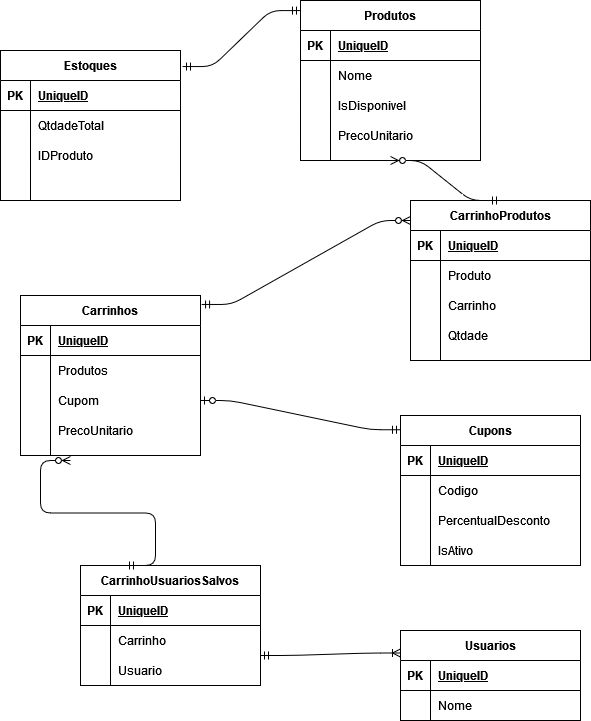
The draw.io diagram Diagrama visual.png in andersonr/Cart, before a commit. Source tidied: cells renumbered, new cells last; positions are measured from the earlier drawing's top-left corner, leaving out a move shared by most shapes.
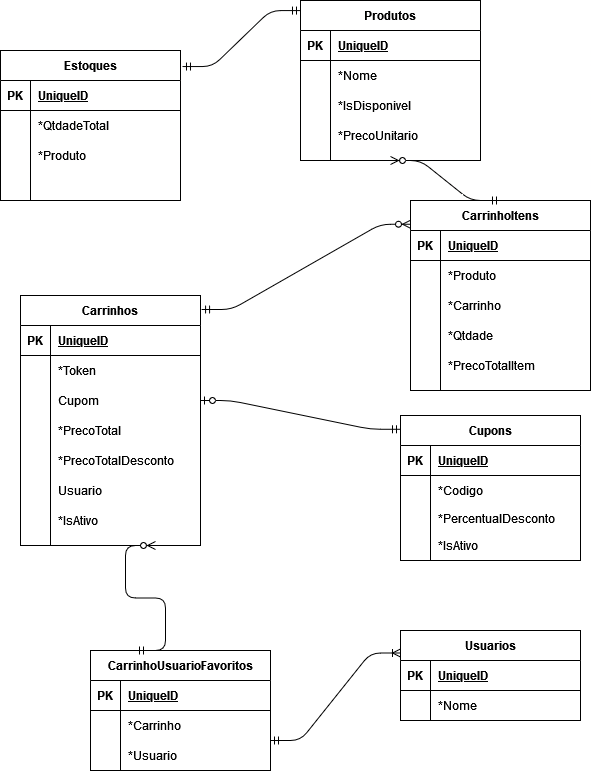
The same file after the commit.

Commit message:
doc: Atualizada a imagem que representa o MER da API

What changed in the source:
```diff
@@ -20,7 +20,7 @@
     <mxCell id="7" style="shape=partialRectangle;fillColor=none;top=0;left=0;bottom=0;right=0;overflow=hidden;" parent="6" vertex="1">
       <mxGeometry width="30" height="30" as="geometry" />
     </mxCell>
-    <mxCell id="8" value="Nome" style="shape=partialRectangle;fillColor=none;top=0;left=0;bottom=0;right=0;align=left;spacingLeft=6;overflow=hidden;" parent="6" vertex="1">
+    <mxCell id="8" value="*Nome" style="shape=partialRectangle;fillColor=none;top=0;left=0;bottom=0;right=0;align=left;spacingLeft=6;overflow=hidden;" parent="6" vertex="1">
       <mxGeometry x="30" width="150" height="30" as="geometry" />
     </mxCell>
     <mxCell id="9" style="shape=partialRectangle;fillColor=none;top=0;left=0;bottom=0;right=0;" parent="2" vertex="1">
@@ -29,7 +29,7 @@
     <mxCell id="10" style="shape=partialRectangle;fillColor=none;top=0;left=0;bottom=0;right=0;overflow=hidden;" parent="9" vertex="1">
       <mxGeometry width="30" height="30" as="geometry" />
     </mxCell>
-    <mxCell id="11" value="IsDisponivel" style="shape=partialRectangle;fillColor=none;top=0;left=0;bottom=0;right=0;align=left;spacingLeft=6;overflow=hidden;" parent="9" vertex="1">
+    <mxCell id="11" value="*IsDisponivel" style="shape=partialRectangle;fillColor=none;top=0;left=0;bottom=0;right=0;align=left;spacingLeft=6;overflow=hidden;" parent="9" vertex="1">
       <mxGeometry x="30" width="150" height="30" as="geometry" />
     </mxCell>
     <mxCell id="12" style="shape=partialRectangle;fillColor=none;top=0;left=0;bottom=0;right=0;" parent="2" vertex="1">
@@ -38,7 +38,7 @@
     <mxCell id="13" style="shape=partialRectangle;fillColor=none;top=0;left=0;bottom=0;right=0;overflow=hidden;" parent="12" vertex="1">
       <mxGeometry width="30" height="30" as="geometry" />
     </mxCell>
-    <mxCell id="14" value="PrecoUnitario" style="shape=partialRectangle;fillColor=none;top=0;left=0;bottom=0;right=0;align=left;spacingLeft=6;overflow=hidden;" parent="12" vertex="1">
+    <mxCell id="14" value="*PrecoUnitario" style="shape=partialRectangle;fillColor=none;top=0;left=0;bottom=0;right=0;align=left;spacingLeft=6;overflow=hidden;" parent="12" vertex="1">
       <mxGeometry x="30" width="150" height="30" as="geometry" />
     </mxCell>
     <mxCell id="15" value="Estoques" style="shape=table;startSize=30;rowLines=0;fontStyle=1;align=center;" parent="1" vertex="1">
@@ -59,7 +59,7 @@
     <mxCell id="20" style="shape=partialRectangle;fillColor=none;top=0;left=0;bottom=0;right=0;overflow=hidden;" parent="19" vertex="1">
       <mxGeometry width="30" height="30" as="geometry" />
     </mxCell>
-    <mxCell id="21" value="QtdadeTotal" style="shape=partialRectangle;fillColor=none;top=0;left=0;bottom=0;right=0;align=left;spacingLeft=6;overflow=hidden;" parent="19" vertex="1">
+    <mxCell id="21" value="*QtdadeTotal" style="shape=partialRectangle;fillColor=none;top=0;left=0;bottom=0;right=0;align=left;spacingLeft=6;overflow=hidden;" parent="19" vertex="1">
       <mxGeometry x="30" width="150" height="30" as="geometry" />
     </mxCell>
     <mxCell id="22" style="shape=partialRectangle;fillColor=none;top=0;left=0;bottom=0;right=0;" parent="15" vertex="1">
@@ -68,7 +68,7 @@
     <mxCell id="23" style="shape=partialRectangle;fillColor=none;top=0;left=0;bottom=0;right=0;overflow=hidden;" parent="22" vertex="1">
       <mxGeometry width="30" height="30" as="geometry" />
     </mxCell>
-    <mxCell id="24" value="IDProduto" style="shape=partialRectangle;fillColor=none;top=0;left=0;bottom=0;right=0;align=left;spacingLeft=6;overflow=hidden;" parent="22" vertex="1">
+    <mxCell id="24" value="*Produto" style="shape=partialRectangle;fillColor=none;top=0;left=0;bottom=0;right=0;align=left;spacingLeft=6;overflow=hidden;" parent="22" vertex="1">
       <mxGeometry x="30" width="150" height="30" as="geometry" />
     </mxCell>
     <mxCell id="25" style="shape=partialRectangle;fillColor=none;top=0;left=0;bottom=0;right=0;" parent="15" vertex="1">
@@ -81,7 +81,7 @@
       <mxGeometry x="30" width="150" height="30" as="geometry" />
     </mxCell>
     <mxCell id="28" value="Cupons" style="shape=table;startSize=30;rowLines=0;fontStyle=1;align=center;" parent="1" vertex="1">
-      <mxGeometry x="400" y="415" width="180" height="150" as="geometry" />
+      <mxGeometry x="400" y="415" width="180" height="145" as="geometry" />
     </mxCell>
     <mxCell id="29" style="shape=partialRectangle;fillColor=none;top=0;left=0;bottom=1;right=0;" parent="28" vertex="1">
       <mxGeometry y="30" width="180" height="30" as="geometry" />
@@ -98,29 +98,29 @@
     <mxCell id="33" style="shape=partialRectangle;fillColor=none;top=0;left=0;bottom=0;right=0;overflow=hidden;" parent="32" vertex="1">
       <mxGeometry width="30" height="30" as="geometry" />
     </mxCell>
-    <mxCell id="34" value="Codigo" style="shape=partialRectangle;fillColor=none;top=0;left=0;bottom=0;right=0;align=left;spacingLeft=6;overflow=hidden;" parent="32" vertex="1">
+    <mxCell id="34" value="*Codigo" style="shape=partialRectangle;fillColor=none;top=0;left=0;bottom=0;right=0;align=left;spacingLeft=6;overflow=hidden;" parent="32" vertex="1">
       <mxGeometry x="30" width="150" height="30" as="geometry" />
     </mxCell>
     <mxCell id="35" style="shape=partialRectangle;fillColor=none;top=0;left=0;bottom=0;right=0;" parent="28" vertex="1">
-      <mxGeometry y="90" width="180" height="30" as="geometry" />
+      <mxGeometry y="90" width="180" height="25" as="geometry" />
     </mxCell>
     <mxCell id="36" style="shape=partialRectangle;fillColor=none;top=0;left=0;bottom=0;right=0;overflow=hidden;" parent="35" vertex="1">
-      <mxGeometry width="30" height="30" as="geometry" />
+      <mxGeometry width="30" height="25" as="geometry" />
     </mxCell>
-    <mxCell id="37" value="PercentualDesconto" style="shape=partialRectangle;fillColor=none;top=0;left=0;bottom=0;right=0;align=left;spacingLeft=6;overflow=hidden;" parent="35" vertex="1">
-      <mxGeometry x="30" width="150" height="30" as="geometry" />
+    <mxCell id="37" value="*PercentualDesconto" style="shape=partialRectangle;fillColor=none;top=0;left=0;bottom=0;right=0;align=left;spacingLeft=6;overflow=hidden;" parent="35" vertex="1">
+      <mxGeometry x="30" width="150" height="25" as="geometry" />
     </mxCell>
     <mxCell id="38" style="shape=partialRectangle;fillColor=none;top=0;left=0;bottom=0;right=0;" parent="28" vertex="1">
-      <mxGeometry y="120" width="180" height="30" as="geometry" />
+      <mxGeometry y="115" width="180" height="30" as="geometry" />
     </mxCell>
     <mxCell id="39" style="shape=partialRectangle;fillColor=none;top=0;left=0;bottom=0;right=0;overflow=hidden;" parent="38" vertex="1">
       <mxGeometry width="30" height="30" as="geometry" />
     </mxCell>
-    <mxCell id="40" value="IsAtivo" style="shape=partialRectangle;fillColor=none;top=0;left=0;bottom=0;right=0;align=left;spacingLeft=6;overflow=hidden;" parent="38" vertex="1">
+    <mxCell id="40" value="*IsAtivo" style="shape=partialRectangle;fillColor=none;top=0;left=0;bottom=0;right=0;align=left;spacingLeft=6;overflow=hidden;" parent="38" vertex="1">
       <mxGeometry x="30" width="150" height="30" as="geometry" />
     </mxCell>
     <mxCell id="41" value="Carrinhos" style="shape=table;startSize=30;rowLines=0;fontStyle=1;align=center;" parent="1" vertex="1">
-      <mxGeometry x="20" y="295" width="180" height="160" as="geometry" />
+      <mxGeometry x="20" y="295" width="180" height="250" as="geometry" />
     </mxCell>
     <mxCell id="42" style="shape=partialRectangle;fillColor=none;top=0;left=0;bottom=1;right=0;" parent="41" vertex="1">
       <mxGeometry y="30" width="180" height="30" as="geometry" />
@@ -137,7 +137,7 @@
     <mxCell id="46" style="shape=partialRectangle;fillColor=none;top=0;left=0;bottom=0;right=0;overflow=hidden;" parent="45" vertex="1">
       <mxGeometry width="30" height="30" as="geometry" />
     </mxCell>
-    <mxCell id="47" value="Produtos" style="shape=partialRectangle;fillColor=none;top=0;left=0;bottom=0;right=0;align=left;spacingLeft=6;overflow=hidden;" parent="45" vertex="1">
+    <mxCell id="47" value="*Token" style="shape=partialRectangle;fillColor=none;top=0;left=0;bottom=0;right=0;align=left;spacingLeft=6;overflow=hidden;" parent="45" vertex="1">
       <mxGeometry x="30" width="150" height="30" as="geometry" />
     </mxCell>
     <mxCell id="48" style="shape=partialRectangle;fillColor=none;top=0;left=0;bottom=0;right=0;points=[[0,0.5],[1,0.5]];portConstraint=eastwest;" parent="41" vertex="1">
@@ -155,17 +155,44 @@
     <mxCell id="52" style="shape=partialRectangle;fillColor=none;top=0;left=0;bottom=0;right=0;overflow=hidden;" parent="51" vertex="1">
       <mxGeometry width="30" height="30" as="geometry" />
     </mxCell>
-    <mxCell id="53" value="PrecoUnitario" style="shape=partialRectangle;fillColor=none;top=0;left=0;bottom=0;right=0;align=left;spacingLeft=6;overflow=hidden;" parent="51" vertex="1">
+    <mxCell id="53" value="*PrecoTotal" style="shape=partialRectangle;fillColor=none;top=0;left=0;bottom=0;right=0;align=left;spacingLeft=6;overflow=hidden;" parent="51" vertex="1">
       <mxGeometry x="30" width="150" height="30" as="geometry" />
     </mxCell>
+    <mxCell id="90" style="shape=partialRectangle;fillColor=none;top=0;left=0;bottom=0;right=0;" parent="41" vertex="1">
+      <mxGeometry y="150" width="180" height="30" as="geometry" />
+    </mxCell>
+    <mxCell id="91" style="shape=partialRectangle;fillColor=none;top=0;left=0;bottom=0;right=0;overflow=hidden;" parent="90" vertex="1">
+      <mxGeometry width="30" height="30" as="geometry" />
+    </mxCell>
+    <mxCell id="92" value="*PrecoTotalDesconto" style="shape=partialRectangle;fillColor=none;top=0;left=0;bottom=0;right=0;align=left;spacingLeft=6;overflow=hidden;" parent="90" vertex="1">
+      <mxGeometry x="30" width="150" height="30" as="geometry" />
+    </mxCell>
+    <mxCell id="93" style="shape=partialRectangle;fillColor=none;top=0;left=0;bottom=0;right=0;" parent="41" vertex="1">
+      <mxGeometry y="180" width="180" height="30" as="geometry" />
+    </mxCell>
+    <mxCell id="94" style="shape=partialRectangle;fillColor=none;top=0;left=0;bottom=0;right=0;overflow=hidden;" parent="93" vertex="1">
+      <mxGeometry width="30" height="30" as="geometry" />
+    </mxCell>
+    <mxCell id="95" value="Usuario" style="shape=partialRectangle;fillColor=none;top=0;left=0;bottom=0;right=0;align=left;spacingLeft=6;overflow=hidden;" parent="93" vertex="1">
+      <mxGeometry x="30" width="150" height="30" as="geometry" />
+    </mxCell>
+    <mxCell id="96" style="shape=partialRectangle;fillColor=none;top=0;left=0;bottom=0;right=0;" parent="41" vertex="1">
+      <mxGeometry y="210" width="180" height="30" as="geometry" />
+    </mxCell>
+    <mxCell id="97" style="shape=partialRectangle;fillColor=none;top=0;left=0;bottom=0;right=0;overflow=hidden;" parent="96" vertex="1">
+      <mxGeometry width="30" height="30" as="geometry" />
+    </mxCell>
+    <mxCell id="98" value="*IsAtivo" style="shape=partialRectangle;fillColor=none;top=0;left=0;bottom=0;right=0;align=left;spacingLeft=6;overflow=hidden;" parent="96" vertex="1">
+      <mxGeometry x="30" width="150" height="30" as="geometry" />
+    </mxCell>
     <mxCell id="54" style="edgeStyle=entityRelationEdgeStyle;fontSize=12;html=1;endArrow=ERmandOne;startArrow=ERmandOne;exitX=1.011;exitY=0.107;exitDx=0;exitDy=0;exitPerimeter=0;entryX=0;entryY=0.063;entryDx=0;entryDy=0;entryPerimeter=0;" parent="1" edge="1" source="15" target="2">
       <mxGeometry relative="1" as="geometry" />
     </mxCell>
     <mxCell id="55" style="edgeStyle=entityRelationEdgeStyle;fontSize=12;html=1;endArrow=ERzeroToOne;startArrow=ERmandOne;exitX=0;exitY=0.095;exitDx=0;exitDy=0;exitPerimeter=0;entryX=1;entryY=0.5;entryDx=0;entryDy=0;" parent="1" edge="1" source="28" target="48">
       <mxGeometry relative="1" as="geometry" />
     </mxCell>
-    <mxCell id="56" value="CarrinhoProdutos" style="shape=table;startSize=30;rowLines=0;fontStyle=1;align=center;" parent="1" vertex="1">
-      <mxGeometry x="410" y="200" width="180" height="160" as="geometry" />
+    <mxCell id="56" value="CarrinhoItens" style="shape=table;startSize=30;rowLines=0;fontStyle=1;align=center;" parent="1" vertex="1">
+      <mxGeometry x="410" y="200" width="180" height="190" as="geometry" />
     </mxCell>
     <mxCell id="57" style="shape=partialRectangle;fillColor=none;top=0;left=0;bottom=1;right=0;" parent="56" vertex="1">
       <mxGeometry y="30" width="180" height="30" as="geometry" />
@@ -182,7 +209,7 @@
     <mxCell id="61" style="shape=partialRectangle;fillColor=none;top=0;left=0;bottom=0;right=0;overflow=hidden;" parent="60" vertex="1">
       <mxGeometry width="30" height="30" as="geometry" />
     </mxCell>
-    <mxCell id="62" value="Produto" style="shape=partialRectangle;fillColor=none;top=0;left=0;bottom=0;right=0;align=left;spacingLeft=6;overflow=hidden;" parent="60" vertex="1">
+    <mxCell id="62" value="*Produto" style="shape=partialRectangle;fillColor=none;top=0;left=0;bottom=0;right=0;align=left;spacingLeft=6;overflow=hidden;" parent="60" vertex="1">
       <mxGeometry x="30" width="150" height="30" as="geometry" />
     </mxCell>
     <mxCell id="63" style="shape=partialRectangle;fillColor=none;top=0;left=0;bottom=0;right=0;" parent="56" vertex="1">
@@ -191,7 +218,7 @@
     <mxCell id="64" style="shape=partialRectangle;fillColor=none;top=0;left=0;bottom=0;right=0;overflow=hidden;" parent="63" vertex="1">
       <mxGeometry width="30" height="30" as="geometry" />
     </mxCell>
-    <mxCell id="65" value="Carrinho" style="shape=partialRectangle;fillColor=none;top=0;left=0;bottom=0;right=0;align=left;spacingLeft=6;overflow=hidden;" parent="63" vertex="1">
+    <mxCell id="65" value="*Carrinho" style="shape=partialRectangle;fillColor=none;top=0;left=0;bottom=0;right=0;align=left;spacingLeft=6;overflow=hidden;" parent="63" vertex="1">
       <mxGeometry x="30" width="150" height="30" as="geometry" />
     </mxCell>
     <mxCell id="66" style="shape=partialRectangle;fillColor=none;top=0;left=0;bottom=0;right=0;" parent="56" vertex="1">
@@ -200,9 +227,18 @@
     <mxCell id="67" style="shape=partialRectangle;fillColor=none;top=0;left=0;bottom=0;right=0;overflow=hidden;" parent="66" vertex="1">
       <mxGeometry width="30" height="30" as="geometry" />
     </mxCell>
-    <mxCell id="68" value="Qtdade" style="shape=partialRectangle;fillColor=none;top=0;left=0;bottom=0;right=0;align=left;spacingLeft=6;overflow=hidden;" parent="66" vertex="1">
+    <mxCell id="68" value="*Qtdade" style="shape=partialRectangle;fillColor=none;top=0;left=0;bottom=0;right=0;align=left;spacingLeft=6;overflow=hidden;" parent="66" vertex="1">
       <mxGeometry x="30" width="150" height="30" as="geometry" />
     </mxCell>
+    <mxCell id="99" style="shape=partialRectangle;fillColor=none;top=0;left=0;bottom=0;right=0;" parent="56" vertex="1">
+      <mxGeometry y="150" width="180" height="30" as="geometry" />
+    </mxCell>
+    <mxCell id="100" style="shape=partialRectangle;fillColor=none;top=0;left=0;bottom=0;right=0;overflow=hidden;" parent="99" vertex="1">
+      <mxGeometry width="30" height="30" as="geometry" />
+    </mxCell>
+    <mxCell id="101" value="*PrecoTotalItem" style="shape=partialRectangle;fillColor=none;top=0;left=0;bottom=0;right=0;align=left;spacingLeft=6;overflow=hidden;" parent="99" vertex="1">
+      <mxGeometry x="30" width="150" height="30" as="geometry" />
+    </mxCell>
     <mxCell id="69" style="edgeStyle=entityRelationEdgeStyle;fontSize=12;html=1;endArrow=ERzeroToMany;startArrow=ERmandOne;exitX=0.5;exitY=0;exitDx=0;exitDy=0;entryX=0.5;entryY=1;entryDx=0;entryDy=0;" parent="1" edge="1" source="56" target="2">
       <mxGeometry relative="1" as="geometry" />
     </mxCell>
@@ -227,11 +263,11 @@
     <mxCell id="76" style="shape=partialRectangle;fillColor=none;top=0;left=0;bottom=0;right=0;overflow=hidden;" parent="75" vertex="1">
       <mxGeometry width="30" height="30" as="geometry" />
     </mxCell>
-    <mxCell id="77" value="Nome" style="shape=partialRectangle;fillColor=none;top=0;left=0;bottom=0;right=0;align=left;spacingLeft=6;overflow=hidden;" parent="75" vertex="1">
+    <mxCell id="77" value="*Nome" style="shape=partialRectangle;fillColor=none;top=0;left=0;bottom=0;right=0;align=left;spacingLeft=6;overflow=hidden;" parent="75" vertex="1">
       <mxGeometry x="30" width="150" height="30" as="geometry" />
     </mxCell>
-    <mxCell id="78" value="CarrinhoUsuariosSalvos" style="shape=table;startSize=30;rowLines=0;fontStyle=1;align=center;" parent="1" vertex="1">
-      <mxGeometry x="80" y="565" width="180" height="120" as="geometry" />
+    <mxCell id="78" value="CarrinhoUsuarioFavoritos" style="shape=table;startSize=30;rowLines=0;fontStyle=1;align=center;" parent="1" vertex="1">
+      <mxGeometry x="90" y="650" width="180" height="120" as="geometry" />
     </mxCell>
     <mxCell id="79" style="shape=partialRectangle;fillColor=none;top=0;left=0;bottom=1;right=0;" parent="78" vertex="1">
       <mxGeometry y="30" width="180" height="30" as="geometry" />
@@ -248,7 +284,7 @@
     <mxCell id="83" style="shape=partialRectangle;fillColor=none;top=0;left=0;bottom=0;right=0;overflow=hidden;" parent="82" vertex="1">
       <mxGeometry width="30" height="30" as="geometry" />
     </mxCell>
-    <mxCell id="84" value="Carrinho" style="shape=partialRectangle;fillColor=none;top=0;left=0;bottom=0;right=0;align=left;spacingLeft=6;overflow=hidden;" parent="82" vertex="1">
+    <mxCell id="84" value="*Carrinho" style="shape=partialRectangle;fillColor=none;top=0;left=0;bottom=0;right=0;align=left;spacingLeft=6;overflow=hidden;" parent="82" vertex="1">
       <mxGeometry x="30" width="150" height="30" as="geometry" />
     </mxCell>
     <mxCell id="85" style="shape=partialRectangle;fillColor=none;top=0;left=0;bottom=0;right=0;" parent="78" vertex="1">
@@ -257,13 +293,11 @@
     <mxCell id="86" style="shape=partialRectangle;fillColor=none;top=0;left=0;bottom=0;right=0;overflow=hidden;" parent="85" vertex="1">
       <mxGeometry width="30" height="30" as="geometry" />
     </mxCell>
-    <mxCell id="87" value="Usuario" style="shape=partialRectangle;fillColor=none;top=0;left=0;bottom=0;right=0;align=left;spacingLeft=6;overflow=hidden;" parent="85" vertex="1">
+    <mxCell id="87" value="*Usuario" style="shape=partialRectangle;fillColor=none;top=0;left=0;bottom=0;right=0;align=left;spacingLeft=6;overflow=hidden;" parent="85" vertex="1">
       <mxGeometry x="30" width="150" height="30" as="geometry" />
     </mxCell>
-    <mxCell id="88" style="edgeStyle=entityRelationEdgeStyle;fontSize=12;html=1;endArrow=ERzeroToMany;startArrow=ERmandOne;exitX=0.25;exitY=0;exitDx=0;exitDy=0;" parent="1" edge="1" source="78">
-      <mxGeometry relative="1" as="geometry">
-        <mxPoint x="70" y="460" as="targetPoint" />
-      </mxGeometry>
+    <mxCell id="88" style="edgeStyle=entityRelationEdgeStyle;fontSize=12;html=1;endArrow=ERzeroToMany;startArrow=ERmandOne;exitX=0.25;exitY=0;exitDx=0;exitDy=0;entryX=0.75;entryY=1;entryDx=0;entryDy=0;" parent="1" edge="1" source="78" target="41">
+      <mxGeometry relative="1" as="geometry" />
     </mxCell>
     <mxCell id="89" style="edgeStyle=entityRelationEdgeStyle;fontSize=12;html=1;endArrow=ERoneToMany;startArrow=ERmandOne;entryX=0;entryY=0.25;entryDx=0;entryDy=0;exitX=1;exitY=0.75;exitDx=0;exitDy=0;" parent="1" edge="1" source="78" target="71">
       <mxGeometry relative="1" as="geometry" />
```
